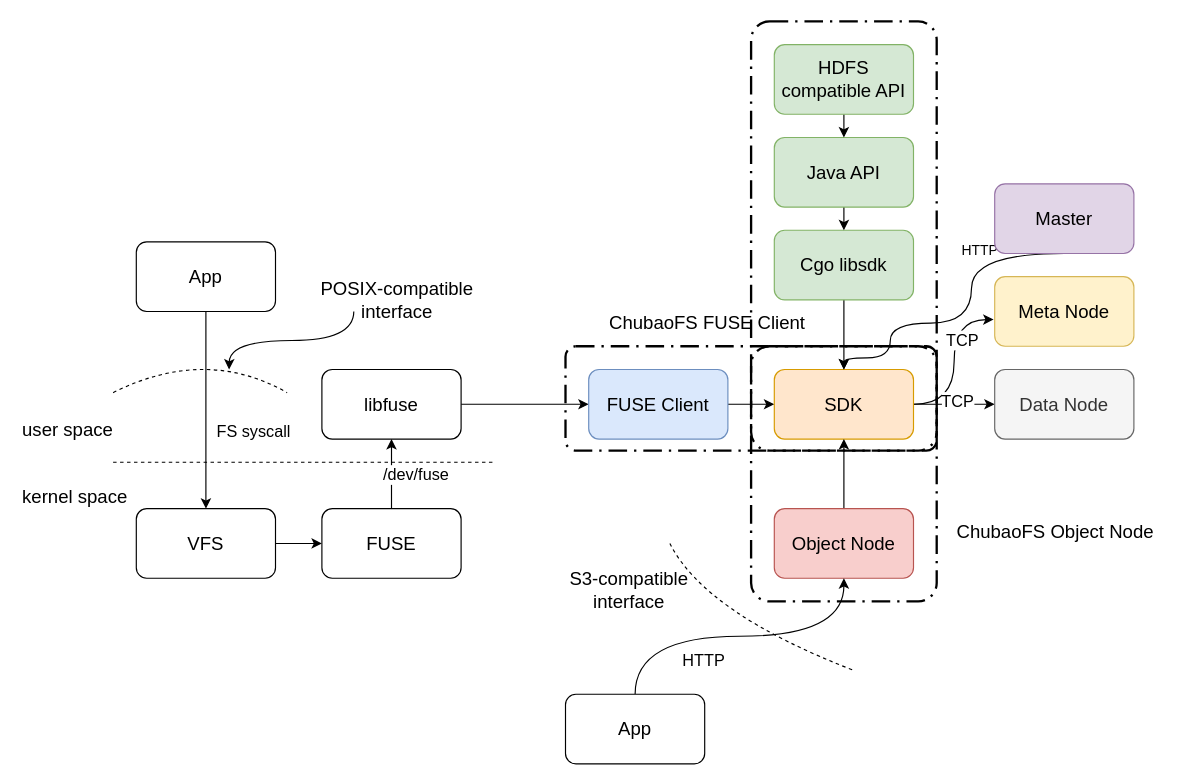
The draw.io diagram chubaofs/src/chubaofs_client_flow.drawio in shuoranliu/drawio, before the edit. Source tidied: cells renumbered, new cells numbered last; positions are measured from the earlier drawing's top-left corner, leaving out a move shared by most shapes. Both pictures are drawn from the tidied source at 116%, with x=0, y=0 at pixel (20, 21).
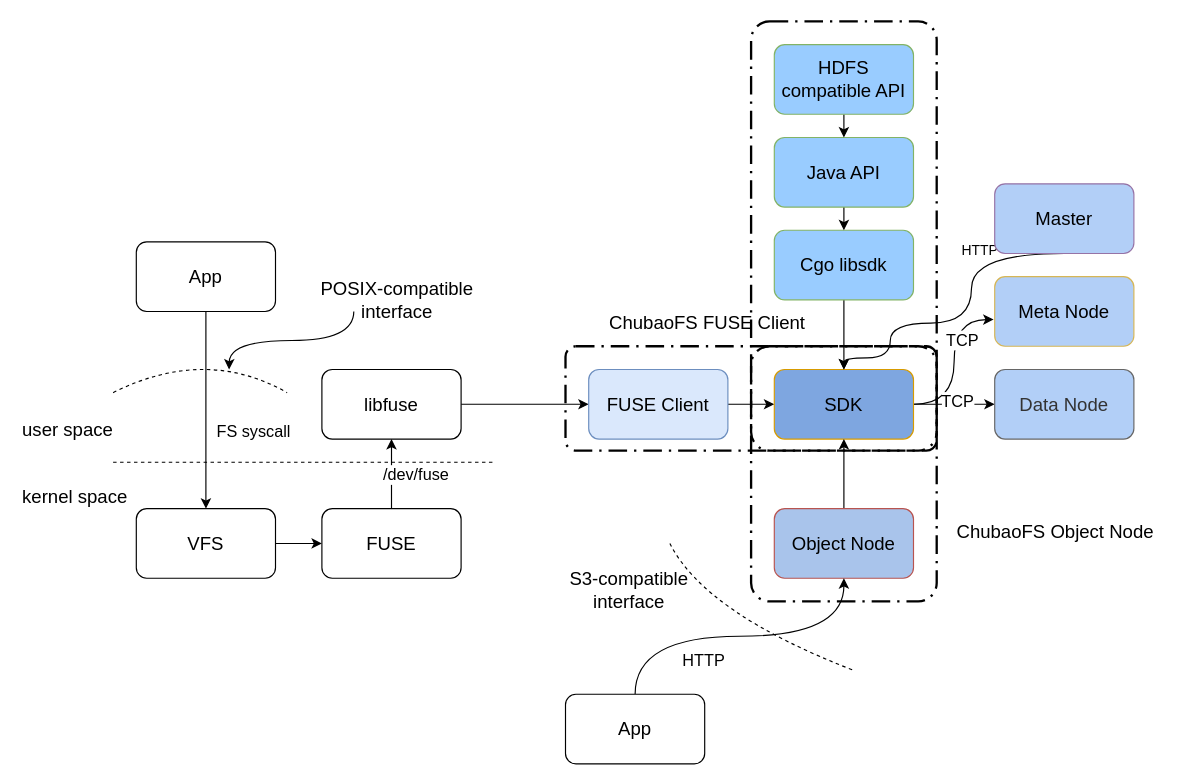
After the change.

Diff of the diagram source:
```diff
@@
+    <mxCell id="46" style="rounded=1;arcSize=10;dashed=1;strokeColor=#000000;fillColor=none;gradientColor=none;dashPattern=8 3 1 3;strokeWidth=2;" parent="1" vertex="1">
+      <mxGeometry x="630" width="160" height="370" as="geometry" />
+    </mxCell>
@@
-    <mxCell id="22" value="&lt;font style=&quot;font-size: 16px&quot;&gt;SDK&lt;br&gt;&lt;/font&gt;" style="rounded=1;whiteSpace=wrap;html=1;fillColor=#ffe6cc;strokeColor=#d79b00;" parent="1" vertex="1">
+    <mxCell id="22" value="&lt;font style=&quot;font-size: 16px&quot;&gt;SDK&lt;br&gt;&lt;/font&gt;" style="rounded=1;whiteSpace=wrap;html=1;fillColor=#7EA6E0;strokeColor=#d79b00;" parent="1" vertex="1">
       <mxGeometry x="650" y="300" width="120" height="60" as="geometry" />
     </mxCell>
@@
-    <mxCell id="24" value="&lt;font style=&quot;font-size: 16px&quot;&gt;Meta Node&lt;br&gt;&lt;/font&gt;" style="rounded=1;whiteSpace=wrap;html=1;fillColor=#fff2cc;strokeColor=#d6b656;" parent="1" vertex="1">
+    <mxCell id="24" value="&lt;font style=&quot;font-size: 16px&quot;&gt;Meta Node&lt;br&gt;&lt;/font&gt;" style="rounded=1;whiteSpace=wrap;html=1;fillColor=#B2CFF7;strokeColor=#d6b656;" parent="1" vertex="1">
       <mxGeometry x="840" y="220" width="120" height="60" as="geometry" />
     </mxCell>
-    <mxCell id="25" value="&lt;font style=&quot;font-size: 16px&quot;&gt;Data Node&lt;br&gt;&lt;/font&gt;" style="rounded=1;whiteSpace=wrap;html=1;fillColor=#f5f5f5;strokeColor=#666666;fontColor=#333333;" parent="1" vertex="1">
+    <mxCell id="25" value="&lt;font style=&quot;font-size: 16px&quot;&gt;Data Node&lt;br&gt;&lt;/font&gt;" style="rounded=1;whiteSpace=wrap;html=1;fillColor=#B2CFF7;strokeColor=#666666;fontColor=#333333;" parent="1" vertex="1">
       <mxGeometry x="840" y="300" width="120" height="60" as="geometry" />
     </mxCell>
@@
-    <mxCell id="28" value="&lt;font style=&quot;font-size: 16px&quot;&gt;Master&lt;br&gt;&lt;/font&gt;" style="rounded=1;whiteSpace=wrap;html=1;fillColor=#e1d5e7;strokeColor=#9673a6;" parent="1" vertex="1">
+    <mxCell id="28" value="&lt;font style=&quot;font-size: 16px&quot;&gt;Master&lt;br&gt;&lt;/font&gt;" style="rounded=1;whiteSpace=wrap;html=1;fillColor=#B2CFF7;strokeColor=#9673a6;" parent="1" vertex="1">
       <mxGeometry x="840" y="140" width="120" height="60" as="geometry" />
     </mxCell>
@@
-    <mxCell id="30" value="&lt;font style=&quot;font-size: 16px&quot;&gt;Object Node&lt;/font&gt;" style="rounded=1;whiteSpace=wrap;html=1;fillColor=#f8cecc;strokeColor=#b85450;" parent="1" vertex="1">
+    <mxCell id="30" value="&lt;font style=&quot;font-size: 16px&quot;&gt;Object Node&lt;/font&gt;" style="rounded=1;whiteSpace=wrap;html=1;fillColor=#A9C4EB;strokeColor=#b85450;" parent="1" vertex="1">
       <mxGeometry x="650" y="420" width="120" height="60" as="geometry" />
     </mxCell>
@@
-    <mxCell id="41" value="&lt;font style=&quot;font-size: 16px&quot;&gt;Cgo libsdk&lt;/font&gt;" style="rounded=1;whiteSpace=wrap;html=1;fillColor=#d5e8d4;strokeColor=#82b366;" parent="1" vertex="1">
+    <mxCell id="41" value="&lt;font style=&quot;font-size: 16px&quot;&gt;Cgo libsdk&lt;/font&gt;" style="rounded=1;whiteSpace=wrap;html=1;fillColor=#99CCFF;strokeColor=#82b366;" parent="1" vertex="1">
       <mxGeometry x="650" y="180" width="120" height="60" as="geometry" />
     </mxCell>
@@
-    <mxCell id="43" value="&lt;font style=&quot;font-size: 16px&quot;&gt;Java API&lt;/font&gt;" style="rounded=1;whiteSpace=wrap;html=1;fillColor=#d5e8d4;strokeColor=#82b366;" parent="1" vertex="1">
+    <mxCell id="43" value="&lt;font style=&quot;font-size: 16px&quot;&gt;Java API&lt;/font&gt;" style="rounded=1;whiteSpace=wrap;html=1;fillColor=#99CCFF;strokeColor=#82b366;" parent="1" vertex="1">
       <mxGeometry x="650" y="100" width="120" height="60" as="geometry" />
     </mxCell>
@@
-    <mxCell id="45" value="&lt;font style=&quot;font-size: 16px&quot;&gt;HDFS compatible API&lt;/font&gt;" style="rounded=1;whiteSpace=wrap;html=1;fillColor=#d5e8d4;strokeColor=#82b366;" parent="1" vertex="1">
+    <mxCell id="45" value="&lt;font style=&quot;font-size: 16px&quot;&gt;HDFS compatible API&lt;/font&gt;" style="rounded=1;whiteSpace=wrap;html=1;fillColor=#99CCFF;strokeColor=#82b366;" parent="1" vertex="1">
       <mxGeometry x="650" y="20" width="120" height="60" as="geometry" />
     </mxCell>
-    <mxCell id="46" style="rounded=1;arcSize=10;dashed=1;strokeColor=#000000;fillColor=none;gradientColor=none;dashPattern=8 3 1 3;strokeWidth=2;" parent="1" vertex="1">
-      <mxGeometry x="630" width="160" height="370" as="geometry" />
-    </mxCell>
```
